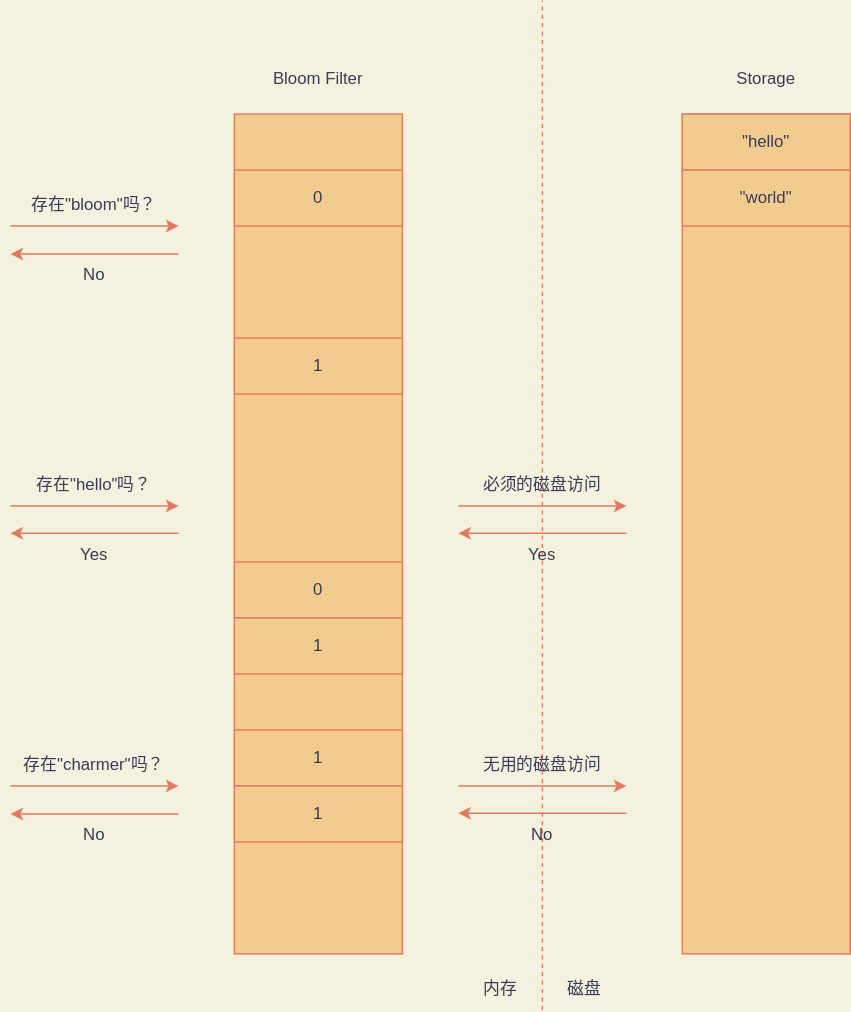
Before: bloom-filter-speed-up-answers.drawio.svg, a diagram exported from draw.io (oliverdding/images). Source tidied: cells renumbered, new cells last; positions are measured from the earlier drawing's top-left corner, leaving out a move shared by most shapes.
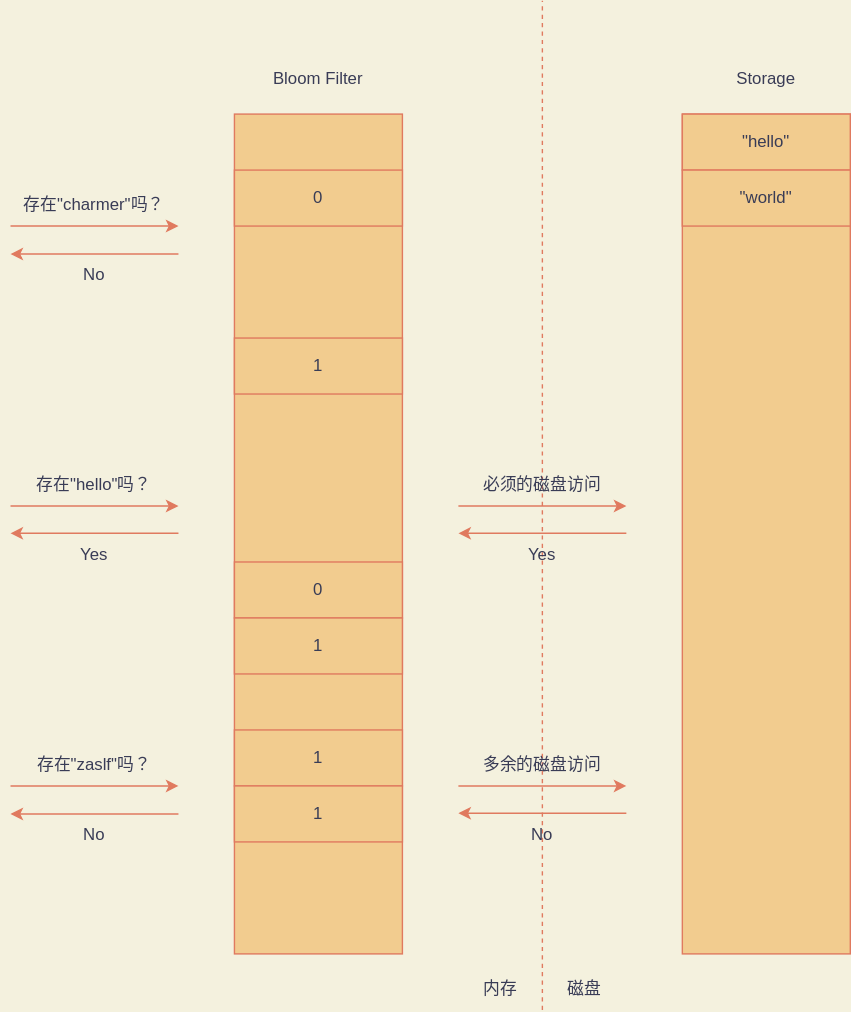
Above is the later version.

What changed in the source:
```diff
@@ -86,13 +86,13 @@
         <mxPoint x="320" y="580.5" as="targetPoint" />
       </mxGeometry>
     </mxCell>
-    <mxCell id="19" value="存在&quot;bloom&quot;吗？" style="text;html=1;strokeColor=none;fillColor=none;align=center;verticalAlign=middle;whiteSpace=wrap;rounded=0;sketch=0;fontColor=#393C56;" parent="1" vertex="1">
+    <mxCell id="19" value="存在&quot;charmer&quot;吗？" style="text;html=1;strokeColor=none;fillColor=none;align=center;verticalAlign=middle;whiteSpace=wrap;rounded=0;sketch=0;fontColor=#393C56;" parent="1" vertex="1">
       <mxGeometry y="131" width="120" height="30" as="geometry" />
     </mxCell>
     <mxCell id="20" value="存在&quot;hello&quot;吗？" style="text;html=1;strokeColor=none;fillColor=none;align=center;verticalAlign=middle;whiteSpace=wrap;rounded=0;sketch=0;fontColor=#393C56;" parent="1" vertex="1">
       <mxGeometry y="331" width="120" height="30" as="geometry" />
     </mxCell>
-    <mxCell id="21" value="存在&quot;charmer&quot;吗？" style="text;html=1;strokeColor=none;fillColor=none;align=center;verticalAlign=middle;whiteSpace=wrap;rounded=0;sketch=0;fontColor=#393C56;" parent="1" vertex="1">
+    <mxCell id="21" value="存在&quot;zaslf&quot;吗？" style="text;html=1;strokeColor=none;fillColor=none;align=center;verticalAlign=middle;whiteSpace=wrap;rounded=0;sketch=0;fontColor=#393C56;" parent="1" vertex="1">
       <mxGeometry y="531" width="120" height="30" as="geometry" />
     </mxCell>
     <mxCell id="22" value="No" style="text;html=1;strokeColor=none;fillColor=none;align=center;verticalAlign=middle;whiteSpace=wrap;rounded=0;sketch=0;fontColor=#393C56;" parent="1" vertex="1">
@@ -107,7 +107,7 @@
     <mxCell id="25" value="必须的磁盘访问" style="text;html=1;strokeColor=none;fillColor=none;align=center;verticalAlign=middle;whiteSpace=wrap;rounded=0;sketch=0;fontColor=#393C56;" parent="1" vertex="1">
       <mxGeometry x="320" y="331" width="120" height="30" as="geometry" />
     </mxCell>
-    <mxCell id="26" value="无用的磁盘访问" style="text;html=1;strokeColor=none;fillColor=none;align=center;verticalAlign=middle;whiteSpace=wrap;rounded=0;sketch=0;fontColor=#393C56;" parent="1" vertex="1">
+    <mxCell id="26" value="多余的磁盘访问" style="text;html=1;strokeColor=none;fillColor=none;align=center;verticalAlign=middle;whiteSpace=wrap;rounded=0;sketch=0;fontColor=#393C56;" parent="1" vertex="1">
       <mxGeometry x="320" y="531" width="120" height="30" as="geometry" />
     </mxCell>
     <mxCell id="27" value="Yes" style="text;html=1;strokeColor=none;fillColor=none;align=center;verticalAlign=middle;whiteSpace=wrap;rounded=0;sketch=0;fontColor=#393C56;" parent="1" vertex="1">
```
